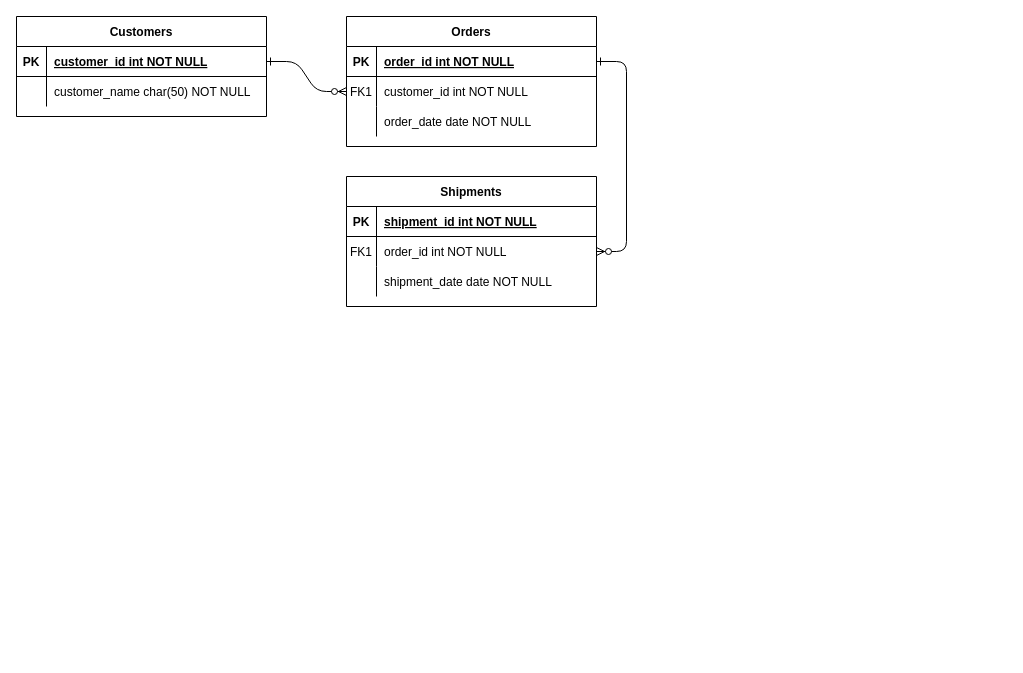
Before: Untitled Diagram.drawio in leni-11/team7itp, a draw.io diagram. Source tidied: cells renumbered, new cells numbered last; positions are measured from the earlier drawing's top-left corner, leaving out a move shared by most shapes. Both pictures are drawn from the tidied source at 100%, with x=0, y=0 at pixel (16, 16).
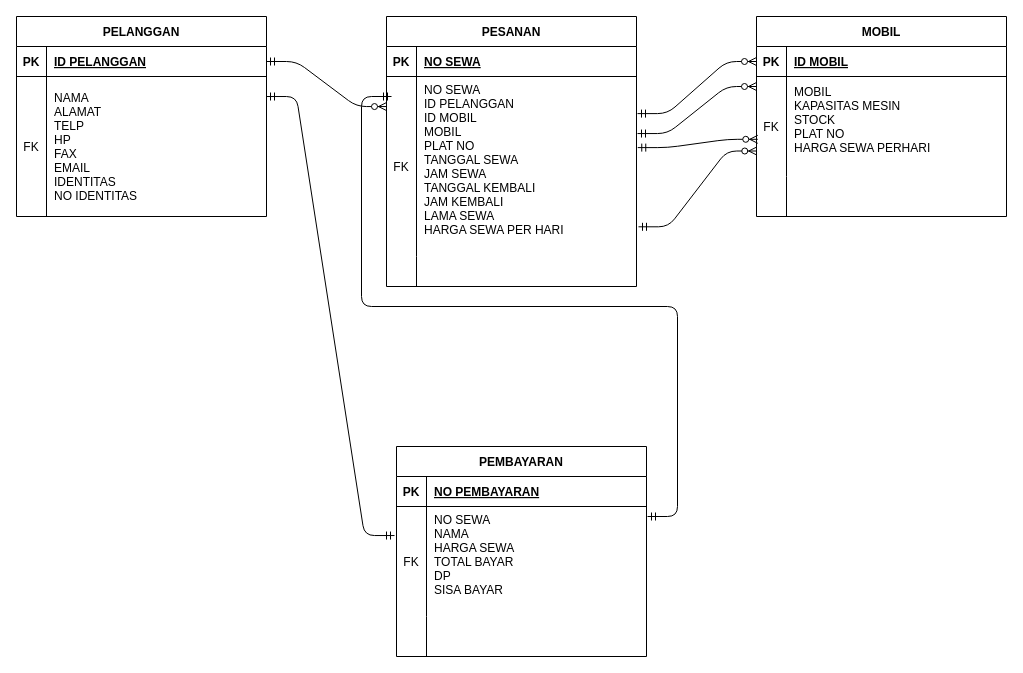
The same diagram, later.

Unchanged cells that the change refers to:
```xml
<mxCell id="5" style="shape=partialRectangle;fillColor=none;points=[[0,0.5],[1,0.5]];portConstraint=eastwest;top=0;left=0;right=0;bottom=1;" parent="4" vertex="1">
  <mxGeometry y="30" width="250" height="30" as="geometry" />
</mxCell>
<mxCell id="15" style="shape=partialRectangle;fillColor=none;top=0;left=0;right=0;bottom=1;" parent="14" vertex="1">
  <mxGeometry y="30" width="250" height="30" as="geometry" />
</mxCell>
<mxCell id="25" style="shape=partialRectangle;fillColor=none;points=[[0,0.5],[1,0.5]];portConstraint=eastwest;top=0;left=0;right=0;bottom=1;" parent="24" vertex="1">
  <mxGeometry y="30" width="250" height="30" as="geometry" />
</mxCell>
```

What changed in the source:
```diff
@@
-    <mxCell id="2" style="edgeStyle=entityRelationEdgeStyle;endArrow=ERzeroToMany;startArrow=ERone;endFill=1;startFill=0;" parent="1" edge="1" source="25" target="8">
-      <mxGeometry relative="1" as="geometry" />
-    </mxCell>
-    <mxCell id="3" style="edgeStyle=entityRelationEdgeStyle;endArrow=ERzeroToMany;startArrow=ERone;endFill=1;startFill=0;" parent="1" edge="1" source="5" target="18">
-      <mxGeometry relative="1" as="geometry" />
-    </mxCell>
-    <mxCell id="4" value="Orders" style="shape=table;startSize=30;childLayout=tableLayout;rowLines=0;fontStyle=1;align=center;" parent="1" vertex="1">
-      <mxGeometry x="330" width="250" height="130" as="geometry" />
+    <mxCell id="4" value="MOBIL" style="shape=table;startSize=30;childLayout=tableLayout;rowLines=0;fontStyle=1;align=center;" parent="1" vertex="1">
+      <mxGeometry x="740" width="250" height="200" as="geometry" />
     </mxCell>
@@
-    <mxCell id="7" value="order_id int NOT NULL " style="shape=partialRectangle;overflow=hidden;fillColor=none;top=0;left=0;bottom=0;right=0;align=left;spacingLeft=6;fontStyle=5;" parent="5" vertex="1">
+    <mxCell id="7" value="ID MOBIL" style="shape=partialRectangle;overflow=hidden;fillColor=none;top=0;left=0;bottom=0;right=0;align=left;spacingLeft=6;fontStyle=5;" parent="5" vertex="1">
       <mxGeometry x="30" width="220" height="30" as="geometry" />
     </mxCell>
     <mxCell id="8" style="shape=partialRectangle;fillColor=none;points=[[0,0.5],[1,0.5]];portConstraint=eastwest;top=0;left=0;right=0;bottom=0;" parent="4" vertex="1">
-      <mxGeometry y="60" width="250" height="30" as="geometry" />
+      <mxGeometry y="60" width="250" height="100" as="geometry" />
     </mxCell>
-    <mxCell id="9" value="FK1" style="shape=partialRectangle;overflow=hidden;fillColor=none;top=0;left=0;bottom=0;right=0;" parent="8" vertex="1">
-      <mxGeometry width="30" height="30" as="geometry" />
+    <mxCell id="9" value="FK" style="shape=partialRectangle;overflow=hidden;fillColor=none;top=0;left=0;bottom=0;right=0;" parent="8" vertex="1">
+      <mxGeometry width="30" height="100" as="geometry" />
     </mxCell>
-    <mxCell id="10" value="customer_id int NOT NULL" style="shape=partialRectangle;overflow=hidden;fillColor=none;top=0;left=0;bottom=0;right=0;align=left;spacingLeft=6;" parent="8" vertex="1">
-      <mxGeometry x="30" width="220" height="30" as="geometry" />
+    <mxCell id="10" value="MOBIL&#10;  KAPASITAS MESIN&#10;  STOCK&#10;  PLAT NO&#10;  HARGA SEWA PERHARI&#10; " style="shape=partialRectangle;overflow=hidden;fillColor=none;top=0;left=0;bottom=0;right=0;align=left;spacingLeft=6;" parent="8" vertex="1">
+      <mxGeometry x="30" width="220" height="100" as="geometry" />
     </mxCell>
     <mxCell id="11" style="shape=partialRectangle;fillColor=none;top=0;left=0;right=0;bottom=0;" parent="4" vertex="1">
-      <mxGeometry y="90" width="250" height="30" as="geometry" />
+      <mxGeometry y="160" width="250" height="40" as="geometry" />
     </mxCell>
     <mxCell id="12" style="shape=partialRectangle;overflow=hidden;fillColor=none;top=0;left=0;bottom=0;right=0;" parent="11" vertex="1">
-      <mxGeometry width="30" height="30" as="geometry" />
+      <mxGeometry width="30" height="40" as="geometry" />
     </mxCell>
-    <mxCell id="13" value="order_date date NOT NULL" style="shape=partialRectangle;overflow=hidden;fillColor=none;top=0;left=0;bottom=0;right=0;align=left;spacingLeft=6;" parent="11" vertex="1">
-      <mxGeometry x="30" width="220" height="30" as="geometry" />
+    <mxCell id="13" style="shape=partialRectangle;overflow=hidden;fillColor=none;top=0;left=0;bottom=0;right=0;align=left;spacingLeft=6;" parent="11" vertex="1">
+      <mxGeometry x="30" width="220" height="40" as="geometry" />
     </mxCell>
-    <mxCell id="14" value="Shipments" style="shape=table;startSize=30;childLayout=tableLayout;rowLines=0;fontStyle=1;align=center;" parent="1" vertex="1">
-      <mxGeometry x="330" y="160" width="250" height="130" as="geometry" />
+    <mxCell id="14" value="PESANAN" style="shape=table;startSize=30;childLayout=tableLayout;rowLines=0;fontStyle=1;align=center;" parent="1" vertex="1">
+      <mxGeometry x="370" width="250" height="270" as="geometry" />
     </mxCell>
@@
-    <mxCell id="17" value="shipment_id int NOT NULL " style="shape=partialRectangle;overflow=hidden;fillColor=none;top=0;left=0;bottom=0;right=0;align=left;spacingLeft=6;fontStyle=5;" parent="15" vertex="1">
+    <mxCell id="17" value="NO SEWA" style="shape=partialRectangle;overflow=hidden;fillColor=none;top=0;left=0;bottom=0;right=0;align=left;spacingLeft=6;fontStyle=5;" parent="15" vertex="1">
       <mxGeometry x="30" width="220" height="30" as="geometry" />
     </mxCell>
     <mxCell id="18" style="shape=partialRectangle;fillColor=none;points=[[0,0.5],[1,0.5]];portConstraint=eastwest;top=0;left=0;right=0;bottom=0;" parent="14" vertex="1">
-      <mxGeometry y="60" width="250" height="30" as="geometry" />
+      <mxGeometry y="60" width="250" height="180" as="geometry" />
     </mxCell>
-    <mxCell id="19" value="FK1" style="shape=partialRectangle;overflow=hidden;fillColor=none;top=0;left=0;bottom=0;right=0;" parent="18" vertex="1">
-      <mxGeometry width="30" height="30" as="geometry" />
+    <mxCell id="19" value="FK" style="shape=partialRectangle;overflow=hidden;fillColor=none;top=0;left=0;bottom=0;right=0;" parent="18" vertex="1">
+      <mxGeometry width="30" height="180" as="geometry" />
     </mxCell>
-    <mxCell id="20" value="order_id int NOT NULL" style="shape=partialRectangle;overflow=hidden;fillColor=none;top=0;left=0;bottom=0;right=0;align=left;spacingLeft=6;" parent="18" vertex="1">
-      <mxGeometry x="30" width="220" height="30" as="geometry" />
+    <mxCell id="20" value="NO SEWA&#10;  ID PELANGGAN&#10;  ID MOBIL&#10;  MOBIL&#10;  PLAT NO&#10;TANGGAL SEWA&#10;  JAM SEWA&#10;  TANGGAL KEMBALI&#10;  JAM KEMBALI&#10;  LAMA SEWA&#10;  HARGA SEWA PER HARI&#10; " style="shape=partialRectangle;overflow=hidden;fillColor=none;top=0;left=0;bottom=0;right=0;align=left;spacingLeft=6;" parent="18" vertex="1">
+      <mxGeometry x="30" width="220" height="180" as="geometry" />
     </mxCell>
     <mxCell id="21" style="shape=partialRectangle;fillColor=none;top=0;left=0;right=0;bottom=0;" parent="14" vertex="1">
-      <mxGeometry y="90" width="250" height="30" as="geometry" />
+      <mxGeometry y="240" width="250" height="30" as="geometry" />
     </mxCell>
@@
-    <mxCell id="23" value="shipment_date date NOT NULL" style="shape=partialRectangle;overflow=hidden;fillColor=none;top=0;left=0;bottom=0;right=0;align=left;spacingLeft=6;" parent="21" vertex="1">
+    <mxCell id="23" style="shape=partialRectangle;overflow=hidden;fillColor=none;top=0;left=0;bottom=0;right=0;align=left;spacingLeft=6;" parent="21" vertex="1">
       <mxGeometry x="30" width="220" height="30" as="geometry" />
     </mxCell>
-    <mxCell id="24" value="Customers" style="shape=table;startSize=30;childLayout=tableLayout;rowLines=0;fontStyle=1;align=center;" parent="1" vertex="1">
-      <mxGeometry width="250" height="100" as="geometry" />
+    <mxCell id="24" value="PELANGGAN" style="shape=table;startSize=30;childLayout=tableLayout;rowLines=0;fontStyle=1;align=center;" parent="1" vertex="1">
+      <mxGeometry width="250" height="200" as="geometry" />
     </mxCell>
@@
-    <mxCell id="27" value="customer_id int NOT NULL " style="shape=partialRectangle;overflow=hidden;fillColor=none;top=0;left=0;bottom=0;right=0;align=left;spacingLeft=6;fontStyle=5;" parent="25" vertex="1">
+    <mxCell id="27" value="ID PELANGGAN" style="shape=partialRectangle;overflow=hidden;fillColor=none;top=0;left=0;bottom=0;right=0;align=left;spacingLeft=6;fontStyle=5;" parent="25" vertex="1">
       <mxGeometry x="30" width="220" height="30" as="geometry" />
     </mxCell>
     <mxCell id="28" style="shape=partialRectangle;fillColor=none;points=[[0,0.5],[1,0.5]];portConstraint=eastwest;top=0;left=0;right=0;bottom=0;" parent="24" vertex="1">
-      <mxGeometry y="60" width="250" height="30" as="geometry" />
+      <mxGeometry y="60" width="250" height="140" as="geometry" />
     </mxCell>
-    <mxCell id="29" style="shape=partialRectangle;overflow=hidden;fillColor=none;top=0;left=0;bottom=0;right=0;" parent="28" vertex="1">
-      <mxGeometry width="30" height="30" as="geometry" />
+    <mxCell id="29" value="FK" style="shape=partialRectangle;overflow=hidden;fillColor=none;top=0;left=0;bottom=0;right=0;" parent="28" vertex="1">
+      <mxGeometry width="30" height="140" as="geometry" />
     </mxCell>
-    <mxCell id="30" value="customer_name char(50) NOT NULL" style="shape=partialRectangle;overflow=hidden;fillColor=none;top=0;left=0;bottom=0;right=0;align=left;spacingLeft=6;" parent="28" vertex="1">
-      <mxGeometry x="30" width="220" height="30" as="geometry" />
+    <mxCell id="30" value="NAMA&#10;  ALAMAT&#10;  TELP&#10;  HP&#10;  FAX&#10;  EMAIL&#10;  IDENTITAS&#10;  NO IDENTITAS" style="shape=partialRectangle;overflow=hidden;fillColor=none;top=0;left=0;bottom=0;right=0;align=left;spacingLeft=6;" parent="28" vertex="1">
+      <mxGeometry x="30" width="220" height="140" as="geometry" />
     </mxCell>
+    <mxCell id="31" value="PEMBAYARAN" style="shape=table;startSize=30;childLayout=tableLayout;rowLines=0;fontStyle=1;align=center;" parent="1" vertex="1">
+      <mxGeometry x="380" y="430" width="250" height="210" as="geometry" />
+    </mxCell>
+    <mxCell id="32" style="shape=partialRectangle;fillColor=none;top=0;left=0;right=0;bottom=1;" parent="31" vertex="1">
+      <mxGeometry y="30" width="250" height="30" as="geometry" />
+    </mxCell>
+    <mxCell id="33" value="PK" style="shape=partialRectangle;overflow=hidden;fillColor=none;top=0;left=0;bottom=0;right=0;fontStyle=1;" parent="32" vertex="1">
+      <mxGeometry width="30" height="30" as="geometry" />
+    </mxCell>
+    <mxCell id="34" value="NO PEMBAYARAN" style="shape=partialRectangle;overflow=hidden;fillColor=none;top=0;left=0;bottom=0;right=0;align=left;spacingLeft=6;fontStyle=5;" parent="32" vertex="1">
+      <mxGeometry x="30" width="220" height="30" as="geometry" />
+    </mxCell>
+    <mxCell id="35" style="shape=partialRectangle;fillColor=none;points=[[0,0.5],[1,0.5]];portConstraint=eastwest;top=0;left=0;right=0;bottom=0;" parent="31" vertex="1">
+      <mxGeometry y="60" width="250" height="110" as="geometry" />
+    </mxCell>
+    <mxCell id="36" value="FK" style="shape=partialRectangle;overflow=hidden;fillColor=none;top=0;left=0;bottom=0;right=0;" parent="35" vertex="1">
+      <mxGeometry width="30" height="110" as="geometry" />
+    </mxCell>
+    <mxCell id="37" value="NO SEWA&#10;  NAMA&#10;HARGA SEWA&#10;TOTAL BAYAR&#10;DP&#10;SISA BAYAR&#10; " style="shape=partialRectangle;overflow=hidden;fillColor=none;top=0;left=0;bottom=0;right=0;align=left;spacingLeft=6;" parent="35" vertex="1">
+      <mxGeometry x="30" width="220" height="110" as="geometry" />
+    </mxCell>
+    <mxCell id="38" style="shape=partialRectangle;fillColor=none;top=0;left=0;right=0;bottom=0;" parent="31" vertex="1">
+      <mxGeometry y="170" width="250" height="40" as="geometry" />
+    </mxCell>
+    <mxCell id="39" style="shape=partialRectangle;overflow=hidden;fillColor=none;top=0;left=0;bottom=0;right=0;" parent="38" vertex="1">
+      <mxGeometry width="30" height="40" as="geometry" />
+    </mxCell>
+    <mxCell id="40" style="shape=partialRectangle;overflow=hidden;fillColor=none;top=0;left=0;bottom=0;right=0;align=left;spacingLeft=6;" parent="38" vertex="1">
+      <mxGeometry x="30" width="220" height="40" as="geometry" />
+    </mxCell>
+    <mxCell id="41" style="edgeStyle=entityRelationEdgeStyle;fontSize=12;html=1;endArrow=ERzeroToMany;startArrow=ERmandOne;exitX=1;exitY=0.5;exitDx=0;exitDy=0;entryX=0;entryY=0.167;entryDx=0;entryDy=0;entryPerimeter=0;" parent="1" edge="1" source="25" target="18">
+      <mxGeometry relative="1" as="geometry" />
+    </mxCell>
+    <mxCell id="42" style="edgeStyle=entityRelationEdgeStyle;fontSize=12;html=1;endArrow=ERzeroToMany;startArrow=ERmandOne;exitX=1.005;exitY=0.395;exitDx=0;exitDy=0;exitPerimeter=0;entryX=0.005;entryY=0.628;entryDx=0;entryDy=0;entryPerimeter=0;" parent="1" edge="1" source="18" target="8">
+      <mxGeometry relative="1" as="geometry" />
+    </mxCell>
+    <mxCell id="43" style="edgeStyle=entityRelationEdgeStyle;fontSize=12;html=1;endArrow=ERzeroToMany;startArrow=ERmandOne;entryX=0.001;entryY=0.745;entryDx=0;entryDy=0;entryPerimeter=0;exitX=1.008;exitY=0.835;exitDx=0;exitDy=0;exitPerimeter=0;" parent="1" edge="1" source="18" target="8">
+      <mxGeometry relative="1" as="geometry" />
+    </mxCell>
+    <mxCell id="44" style="edgeStyle=entityRelationEdgeStyle;fontSize=12;html=1;endArrow=ERmandOne;startArrow=ERmandOne;exitX=1.004;exitY=0.091;exitDx=0;exitDy=0;exitPerimeter=0;" parent="1" edge="1" source="35">
+      <mxGeometry relative="1" as="geometry">
+        <mxPoint x="375" y="80" as="targetPoint" />
+      </mxGeometry>
+    </mxCell>
+    <mxCell id="45" style="edgeStyle=entityRelationEdgeStyle;fontSize=12;html=1;endArrow=ERzeroToMany;startArrow=ERmandOne;entryX=0;entryY=0.1;entryDx=0;entryDy=0;entryPerimeter=0;exitX=1.004;exitY=0.317;exitDx=0;exitDy=0;exitPerimeter=0;" parent="1" edge="1" source="18" target="8">
+      <mxGeometry relative="1" as="geometry" />
+    </mxCell>
+    <mxCell id="46" style="edgeStyle=entityRelationEdgeStyle;fontSize=12;html=1;endArrow=ERzeroToMany;startArrow=ERmandOne;exitX=1.004;exitY=0.317;exitDx=0;exitDy=0;exitPerimeter=0;entryX=0;entryY=0.5;entryDx=0;entryDy=0;" parent="1" edge="1" target="5">
+      <mxGeometry relative="1" as="geometry">
+        <mxPoint x="621" y="97.1" as="sourcePoint" />
+      </mxGeometry>
+    </mxCell>
+    <mxCell id="47" style="edgeStyle=entityRelationEdgeStyle;fontSize=12;html=1;endArrow=ERmandOne;startArrow=ERmandOne;entryX=1;entryY=0.143;entryDx=0;entryDy=0;entryPerimeter=0;exitX=-0.008;exitY=0.264;exitDx=0;exitDy=0;exitPerimeter=0;" parent="1" edge="1" source="35" target="28">
+      <mxGeometry relative="1" as="geometry" />
+    </mxCell>
```
